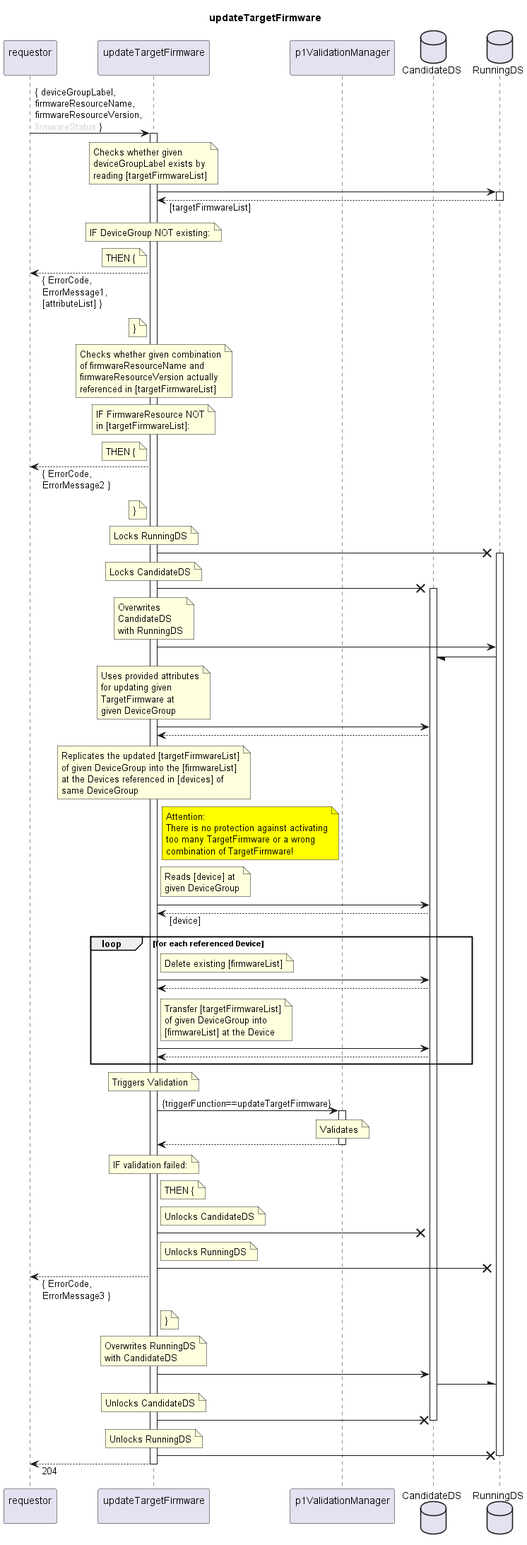
Earlier version of the PlantUML export spec/Services/updateTargetFirmware/1.0.0/updateTargetFirmware.png (openBackhaul/FirmWareManager).
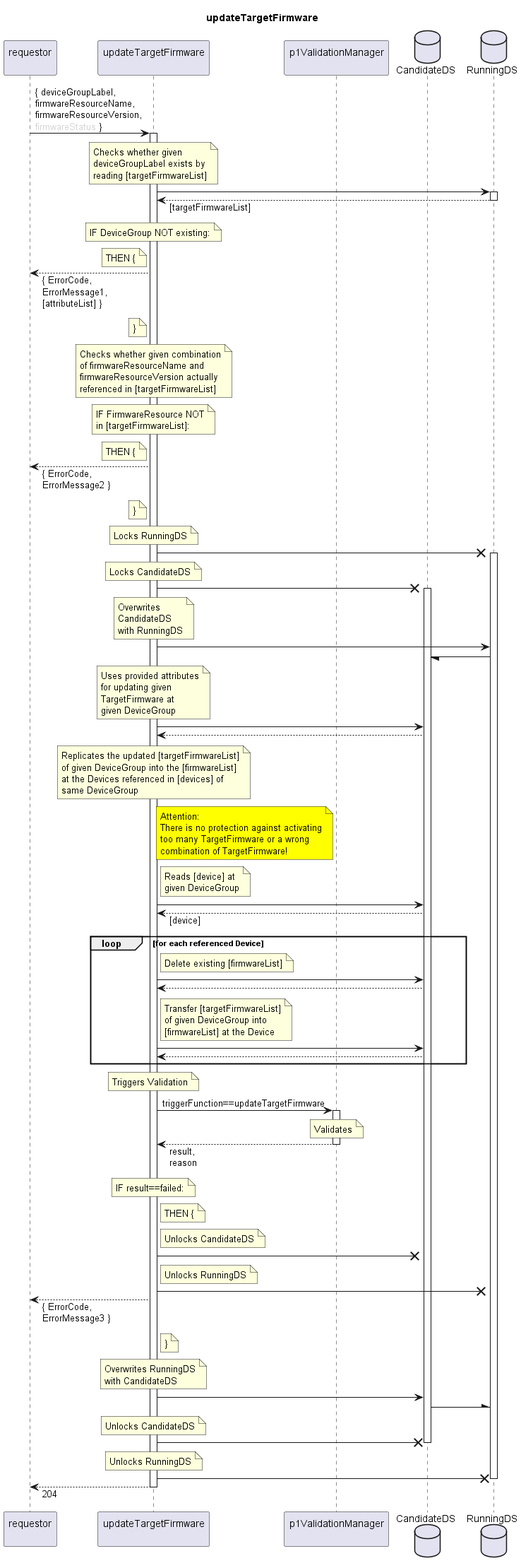
After the change.

Change to the diagram source:
```diff
@@ -115,15 +115,15 @@
   note over indServ
     Triggers Validation
   end note
-  indServ -> valiMan: {triggerFunction==updateTargetFirmware}
+  indServ -> valiMan: triggerFunction==updateTargetFirmware
   activate valiMan
     note over valiMan
       Validates
     end note
-  indServ <-- valiMan
+  indServ <-- valiMan: result,\nreason
   deactivate valiMan
   note over indServ
-    IF validation failed:
+    IF result==failed:
   end note
   note right indServ
     THEN {
```
